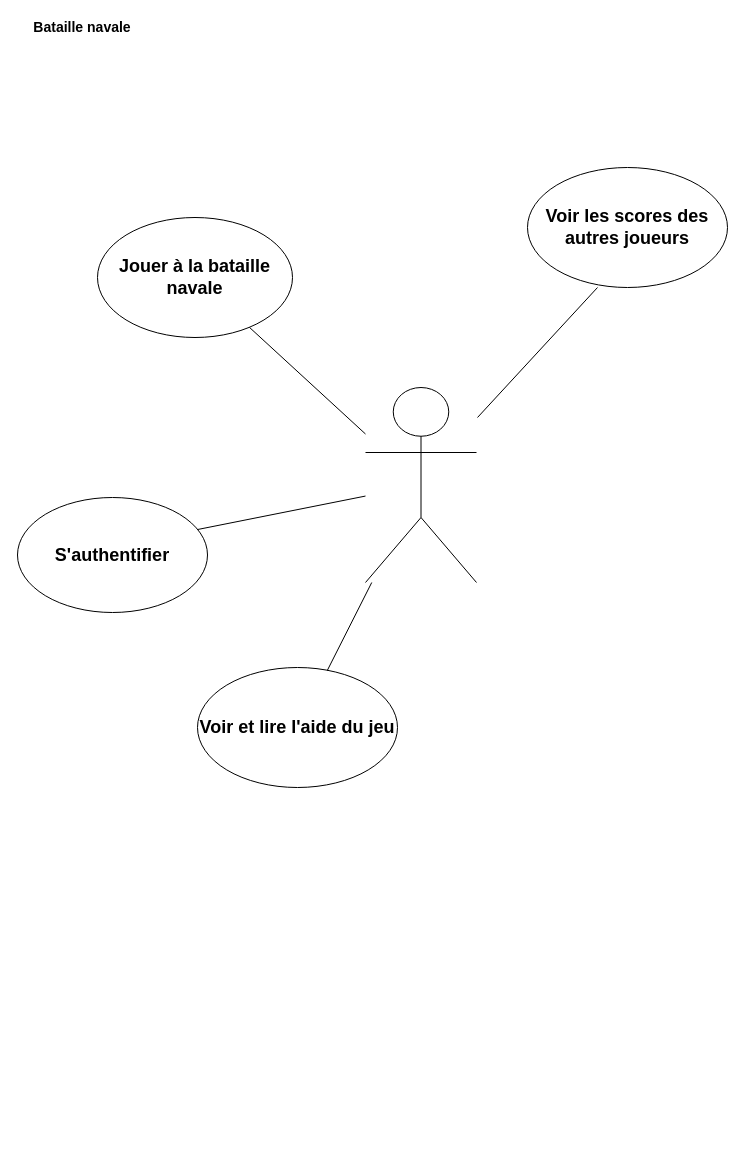
This is Documentation/CasDutilisation.drawio from WalvieCPNV/BatailleNavale, a draw.io file, before an edit. Source tidied: cells renumbered, new cells numbered last; positions are measured from the earlier drawing's top-left corner, leaving out a move shared by most shapes. Both pictures are drawn from the tidied source at 100%, with x=0, y=0 at pixel (17, 17).
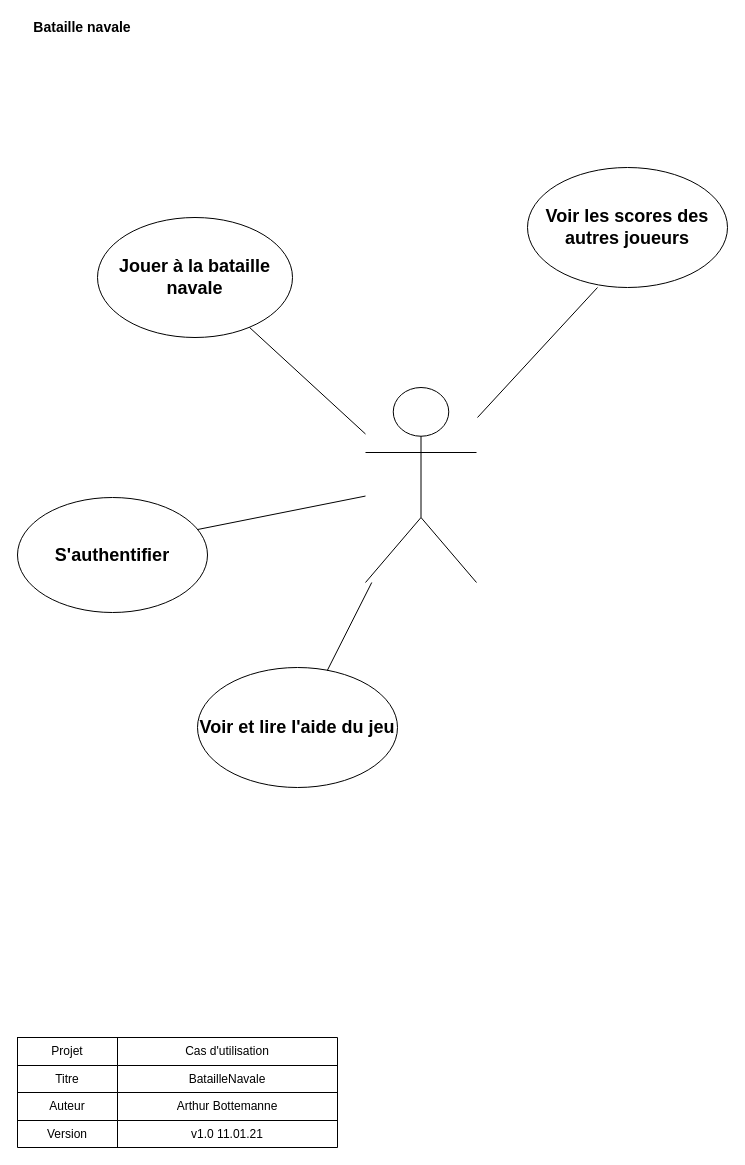
The same page after the edit.

Diff of the diagram source:
```diff
@@
+    <mxCell id="12" style="shape=table;html=1;whiteSpace=wrap;startSize=0;childLayout=tableLayout;" parent="1" vertex="1">
+      <mxGeometry y="1020" width="320" height="110" as="geometry" />
+    </mxCell>
+    <mxCell id="13" style="shape=partialRectangle;html=1;whiteSpace=wrap;fillColor=none;top=0;left=0;bottom=0;right=0;" parent="12" vertex="1">
+      <mxGeometry width="320" height="28" as="geometry" />
+    </mxCell>
+    <mxCell id="14" value="Projet" style="shape=partialRectangle;html=1;whiteSpace=wrap;overflow=hidden;fillColor=none;top=0;left=0;bottom=0;right=0;" parent="13" vertex="1">
+      <mxGeometry width="100" height="28" as="geometry" />
+    </mxCell>
+    <mxCell id="15" value="Cas d'utilisation" style="shape=partialRectangle;html=1;whiteSpace=wrap;overflow=hidden;fillColor=none;top=0;left=0;bottom=0;right=0;" parent="13" vertex="1">
+      <mxGeometry x="100" width="220" height="28" as="geometry" />
+    </mxCell>
+    <mxCell id="16" style="shape=partialRectangle;html=1;whiteSpace=wrap;fillColor=none;top=0;left=0;bottom=0;right=0;" parent="12" vertex="1">
+      <mxGeometry y="28" width="320" height="27" as="geometry" />
+    </mxCell>
+    <mxCell id="17" value="Titre" style="shape=partialRectangle;html=1;whiteSpace=wrap;overflow=hidden;fillColor=none;top=0;left=0;bottom=0;right=0;" parent="16" vertex="1">
+      <mxGeometry width="100" height="27" as="geometry" />
+    </mxCell>
+    <mxCell id="18" value="BatailleNavale" style="shape=partialRectangle;html=1;whiteSpace=wrap;overflow=hidden;fillColor=none;top=0;left=0;bottom=0;right=0;" parent="16" vertex="1">
+      <mxGeometry x="100" width="220" height="27" as="geometry" />
+    </mxCell>
+    <mxCell id="19" style="shape=partialRectangle;html=1;whiteSpace=wrap;fillColor=none;top=0;left=0;bottom=0;right=0;" parent="12" vertex="1">
+      <mxGeometry y="55" width="320" height="28" as="geometry" />
+    </mxCell>
+    <mxCell id="20" value="Auteur" style="shape=partialRectangle;html=1;whiteSpace=wrap;overflow=hidden;fillColor=none;top=0;left=0;bottom=0;right=0;" parent="19" vertex="1">
+      <mxGeometry width="100" height="28" as="geometry" />
+    </mxCell>
+    <mxCell id="21" value="Arthur Bottemanne" style="shape=partialRectangle;html=1;whiteSpace=wrap;overflow=hidden;fillColor=none;top=0;left=0;bottom=0;right=0;" parent="19" vertex="1">
+      <mxGeometry x="100" width="220" height="28" as="geometry" />
+    </mxCell>
+    <mxCell id="22" style="shape=partialRectangle;html=1;whiteSpace=wrap;fillColor=none;top=0;left=0;bottom=0;right=0;" parent="12" vertex="1">
+      <mxGeometry y="83" width="320" height="27" as="geometry" />
+    </mxCell>
+    <mxCell id="23" value="Version" style="shape=partialRectangle;html=1;whiteSpace=wrap;overflow=hidden;fillColor=none;top=0;left=0;bottom=0;right=0;" parent="22" vertex="1">
+      <mxGeometry width="100" height="27" as="geometry" />
+    </mxCell>
+    <mxCell id="24" value="v1.0 11.01.21" style="shape=partialRectangle;html=1;whiteSpace=wrap;overflow=hidden;fillColor=none;top=0;left=0;bottom=0;right=0;" parent="22" vertex="1">
+      <mxGeometry x="100" width="220" height="27" as="geometry" />
+    </mxCell>
```
